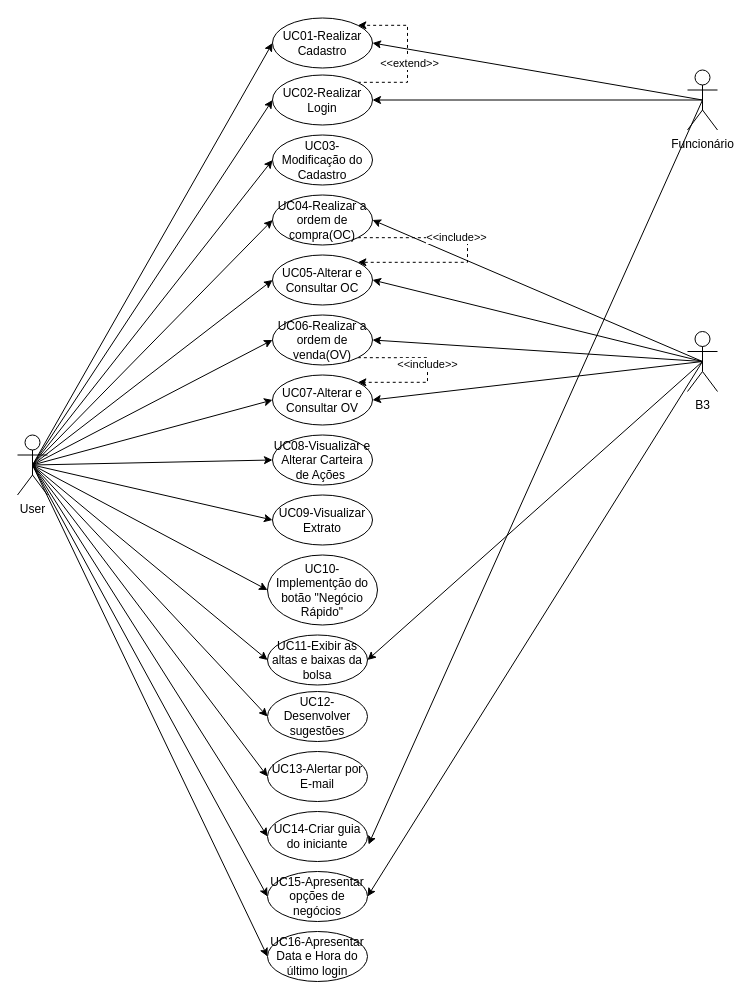
Above: Casos de Uso.drawio in JesCat16/Projeto01_Modelagem_De_Software (draw.io), before the change. Source tidied: cells renumbered, new cells numbered last; positions are measured from the earlier drawing's top-left corner, leaving out a move shared by most shapes. Both pictures are drawn from the tidied source at 100%, with x=0, y=0 at pixel (17, 17).
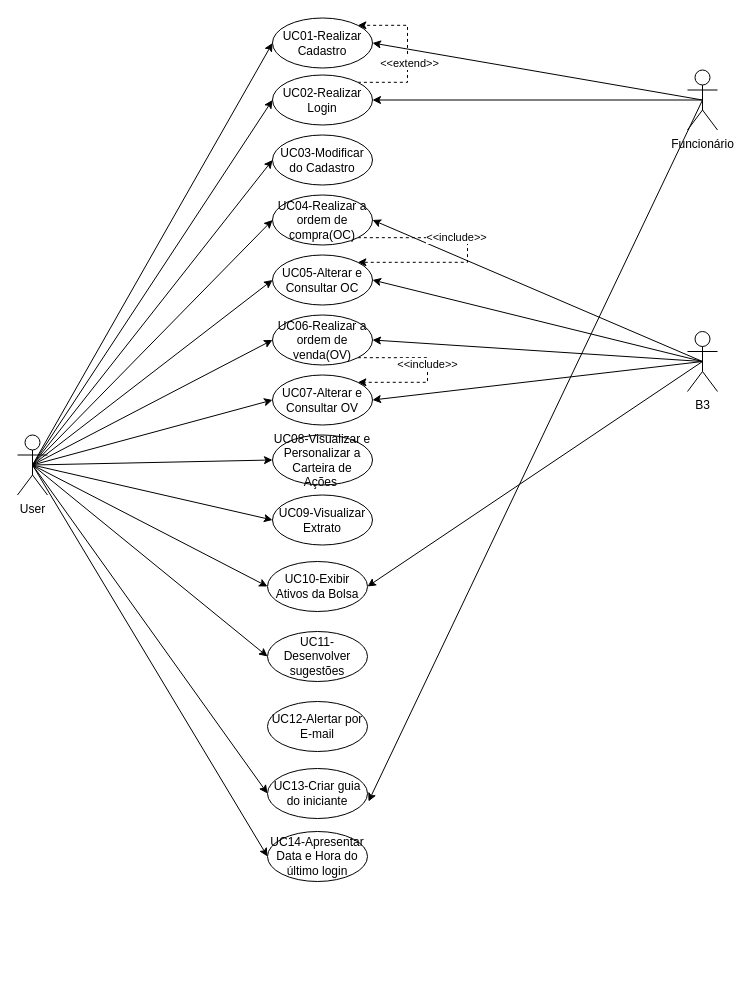
The same page after the edit.

Unchanged cells that the change refers to:
```xml
<mxCell id="18" value="User" style="shape=umlActor;verticalLabelPosition=bottom;verticalAlign=top;html=1;outlineConnect=0;" parent="1" vertex="1">
  <mxGeometry y="417.5" width="30" height="60" as="geometry" />
</mxCell>
<mxCell id="25" value="B3" style="shape=umlActor;verticalLabelPosition=bottom;verticalAlign=top;html=1;outlineConnect=0;" parent="1" vertex="1">
  <mxGeometry x="670" y="314" width="30" height="60" as="geometry" />
</mxCell>
```

Diff of the diagram source:
```diff
@@
-    <mxCell id="11" style="edgeStyle=none;rounded=0;jettySize=auto;html=1;exitX=0.5;exitY=0.5;exitDx=0;exitDy=0;exitPerimeter=0;entryX=0;entryY=0.5;entryDx=0;entryDy=0;" parent="1" edge="1" source="18" target="41">
-      <mxGeometry relative="1" as="geometry" />
-    </mxCell>
@@
-    <mxCell id="14" style="edgeStyle=none;rounded=0;jettySize=auto;html=1;exitX=0.5;exitY=0.5;exitDx=0;exitDy=0;exitPerimeter=0;entryX=0;entryY=0.5;entryDx=0;entryDy=0;" parent="1" edge="1" source="18" target="44">
-      <mxGeometry relative="1" as="geometry" />
-    </mxCell>
@@
-    <mxCell id="16" style="edgeStyle=none;rounded=0;jettySize=auto;html=1;exitX=0.5;exitY=0.5;exitDx=0;exitDy=0;exitPerimeter=0;entryX=0;entryY=0.5;entryDx=0;entryDy=0;" parent="1" edge="1" source="18" target="46">
-      <mxGeometry relative="1" as="geometry" />
-    </mxCell>
@@
-    <mxCell id="24" style="edgeStyle=none;rounded=0;jettySize=auto;html=1;exitX=0.5;exitY=0.5;exitDx=0;exitDy=0;exitPerimeter=0;entryX=1;entryY=0.5;entryDx=0;entryDy=0;" parent="1" edge="1" source="25" target="46">
-      <mxGeometry relative="1" as="geometry" />
-    </mxCell>
@@
-    <mxCell id="30" value="UC03-Modificação do Cadastro" style="ellipse;whiteSpace=wrap;html=1;" parent="1" vertex="1">
+    <mxCell id="30" value="UC03-Modificar do Cadastro" style="ellipse;whiteSpace=wrap;html=1;" parent="1" vertex="1">
       <mxGeometry x="255" y="117.5" width="100" height="50" as="geometry" />
     </mxCell>
@@
-    <mxCell id="39" value="UC08-Visualizar e Alterar Carteira de Ações&amp;nbsp;" style="ellipse;whiteSpace=wrap;html=1;" parent="1" vertex="1">
+    <mxCell id="39" value="UC08-Visualizar e Personalizar a Carteira de Ações&amp;nbsp;" style="ellipse;whiteSpace=wrap;html=1;" parent="1" vertex="1">
       <mxGeometry x="255" y="417.5" width="100" height="50" as="geometry" />
     </mxCell>
@@
-    <mxCell id="41" value="UC10-Implementção do botão &quot;Negócio Rápido&quot;" style="ellipse;whiteSpace=wrap;html=1;" parent="1" vertex="1">
-      <mxGeometry x="250" y="537.5" width="110" height="70" as="geometry" />
-    </mxCell>
-    <mxCell id="42" value="UC11-Exibir as altas e baixas da bolsa" style="ellipse;whiteSpace=wrap;html=1;" parent="1" vertex="1">
-      <mxGeometry x="250" y="617.5" width="100" height="50" as="geometry" />
+    <mxCell id="42" value="UC10-Exibir Ativos da Bolsa" style="ellipse;whiteSpace=wrap;html=1;" parent="1" vertex="1">
+      <mxGeometry x="250" y="544" width="100" height="50" as="geometry" />
     </mxCell>
-    <mxCell id="43" value="UC12-Desenvolver sugestões" style="ellipse;whiteSpace=wrap;html=1;" parent="1" vertex="1">
-      <mxGeometry x="250" y="674" width="100" height="50" as="geometry" />
+    <mxCell id="43" value="UC11-Desenvolver sugestões" style="ellipse;whiteSpace=wrap;html=1;" parent="1" vertex="1">
+      <mxGeometry x="250" y="614" width="100" height="50" as="geometry" />
     </mxCell>
-    <mxCell id="44" value="UC13-Alertar por E-mail" style="ellipse;whiteSpace=wrap;html=1;" parent="1" vertex="1">
-      <mxGeometry x="250" y="734" width="100" height="50" as="geometry" />
+    <mxCell id="44" value="UC12-Alertar por E-mail" style="ellipse;whiteSpace=wrap;html=1;" parent="1" vertex="1">
+      <mxGeometry x="250" y="684" width="100" height="50" as="geometry" />
     </mxCell>
-    <mxCell id="45" value="UC14-Criar guia do iniciante" style="ellipse;whiteSpace=wrap;html=1;" parent="1" vertex="1">
-      <mxGeometry x="250" y="794" width="100" height="50" as="geometry" />
+    <mxCell id="45" value="UC13-Criar guia do iniciante" style="ellipse;whiteSpace=wrap;html=1;" parent="1" vertex="1">
+      <mxGeometry x="250" y="751" width="100" height="50" as="geometry" />
     </mxCell>
-    <mxCell id="46" value="UC15-Apresentar opções de negócios" style="ellipse;whiteSpace=wrap;html=1;" parent="1" vertex="1">
-      <mxGeometry x="250" y="854" width="100" height="50" as="geometry" />
-    </mxCell>
-    <mxCell id="47" value="UC16-Apresentar Data e Hora do último login" style="ellipse;whiteSpace=wrap;html=1;" parent="1" vertex="1">
-      <mxGeometry x="250" y="914" width="100" height="50" as="geometry" />
+    <mxCell id="47" value="UC14-Apresentar Data e Hora do último login" style="ellipse;whiteSpace=wrap;html=1;" parent="1" vertex="1">
+      <mxGeometry x="250" y="814" width="100" height="50" as="geometry" />
     </mxCell>
```
